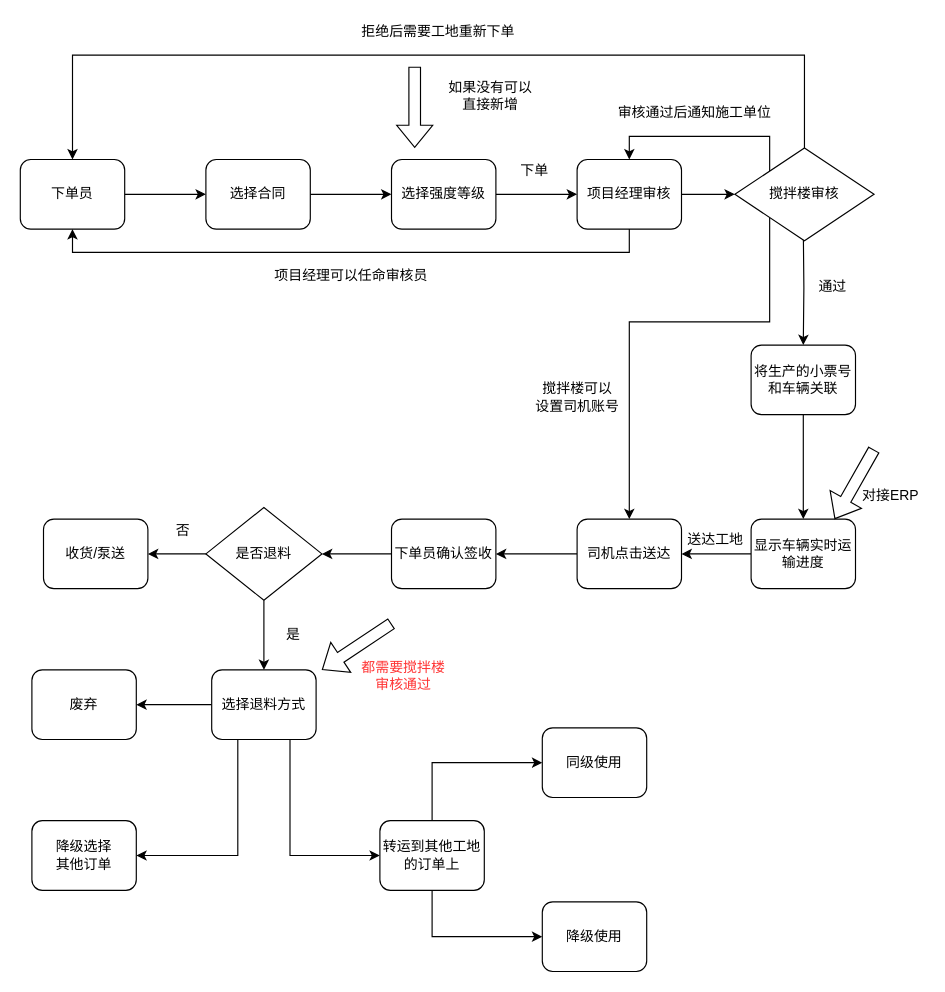
This is hnt/商砼下单流程.drawio from Napoleon1234/Draw, a draw.io file, before an edit. Source tidied: cells renumbered, new cells numbered last; positions are measured from the earlier drawing's top-left corner, leaving out a move shared by most shapes. Both pictures are drawn from the tidied source at 116%, with x=0, y=0 at pixel (20, 20).
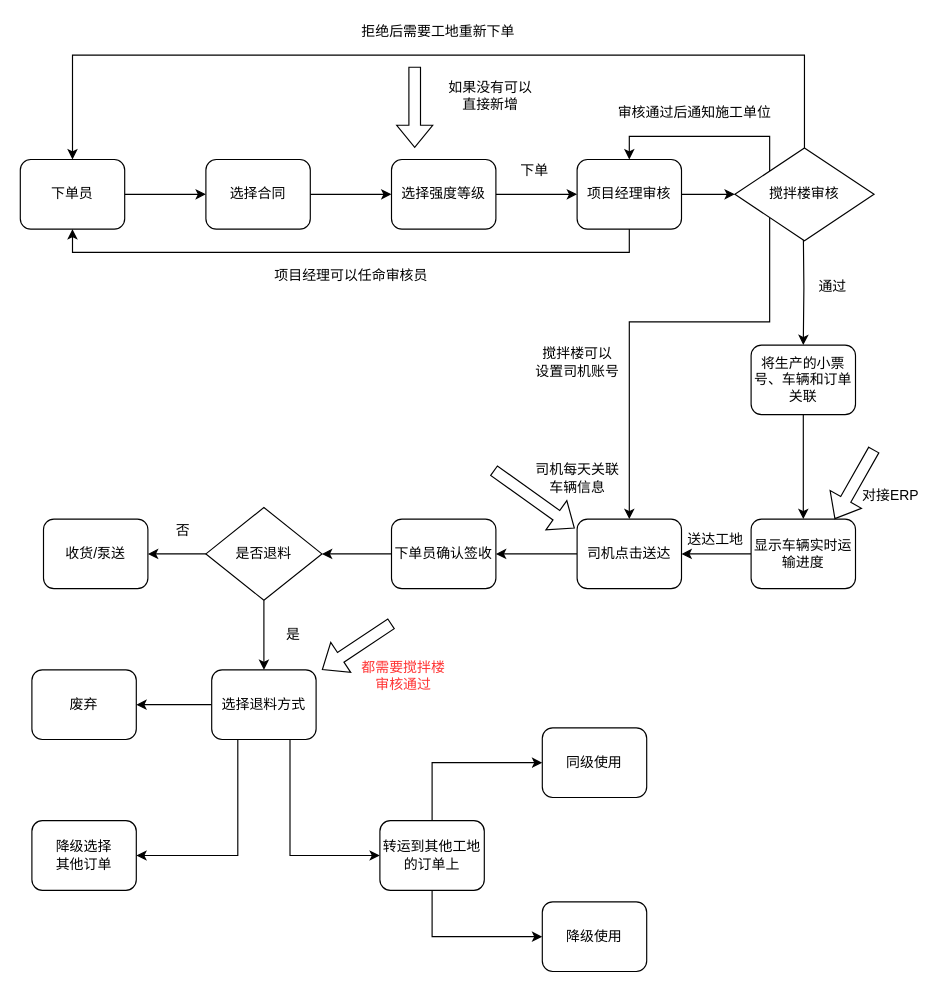
Above is the later version.

Commit message (it also covers changes not shown here):
更新商砼下单流程.drawio

The edit, as a diff of the source:
```diff
@@
-    <mxCell id="20" value="将生产的小票号和车辆关联" style="rounded=1;whiteSpace=wrap;html=1;fontSize=12;glass=0;strokeWidth=1;shadow=0;" parent="1" vertex="1">
+    <mxCell id="20" value="将生产的小票号、车辆和订单关联" style="rounded=1;whiteSpace=wrap;html=1;fontSize=12;glass=0;strokeWidth=1;shadow=0;" parent="1" vertex="1">
       <mxGeometry x="630" y="280" width="90" height="60" as="geometry" />
     </mxCell>
@@
     <mxCell id="34" value="搅拌楼可以&lt;br&gt;设置司机账号" style="text;html=1;align=center;verticalAlign=middle;fillColor=none;strokeColor=none;rounded=0;rotation=0;" parent="1" vertex="1">
-      <mxGeometry x="435" y="310" width="90" height="30" as="geometry" />
+      <mxGeometry x="435" y="280" width="90" height="30" as="geometry" />
     </mxCell>
@@
+    <mxCell id="54" value="司机每天关联&lt;br&gt;车辆信息" style="text;html=1;align=center;verticalAlign=middle;fillColor=none;strokeColor=none;rounded=0;" parent="1" vertex="1">
+      <mxGeometry x="435" y="380" width="90" height="30" as="geometry" />
+    </mxCell>
+    <mxCell id="55" style="shape=flexArrow;endArrow=classic;html=1;rounded=0;" parent="1" edge="1">
+      <mxGeometry relative="1" as="geometry">
+        <mxPoint x="408" y="388" as="sourcePoint" />
+        <mxPoint x="478" y="438" as="targetPoint" />
+      </mxGeometry>
+    </mxCell>
```
